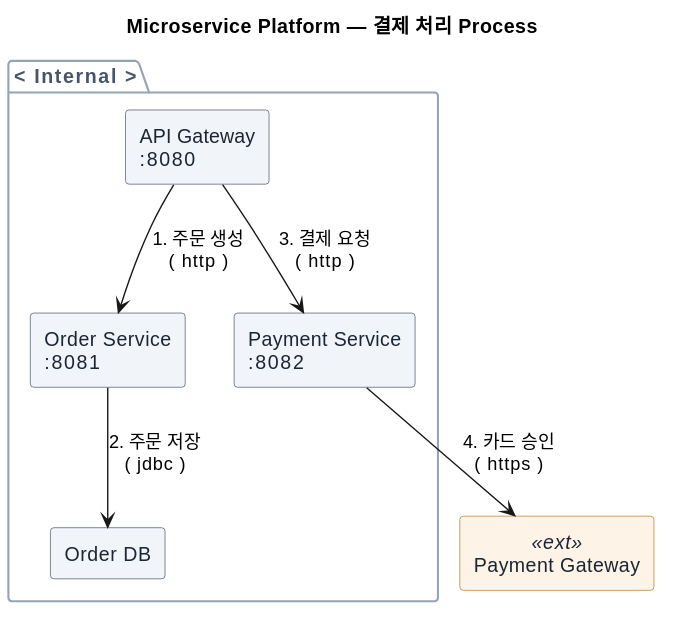
Earlier version of the PlantUML export docs/examples/puml/microservice-component.svg (SeokRae/flowcast). Its source is kept beside it as docs/examples/puml/microservice-component.puml. Source of this version:
```plantuml
@startuml
skinparam backgroundColor #FFFFFF
skinparam rectangle {
  BackgroundColor #F1F5F9
  BackgroundColor<<ext>> #FDF3E7
  BackgroundColor<<gear>> #F8FAFC
  BackgroundColor<<fw>> #F8FAFC
  BackgroundColor<<l4>> #F8FAFC
  BorderColor #475569
  BorderColor<<ext>> #B7791F
  BorderColor<<gear>> #94A3B8
  BorderColor<<fw>> #8A6210
  BorderColor<<l4>> #1F6FD0
  FontColor #1B2635
}
skinparam package {
  BorderColor #94A3B8
  BackgroundColor transparent
  FontColor #475569
}
title Microservice Platform — 결제 처리 Process
package "< Internal >" {
  rectangle "API Gateway\n:8080" as gw
  rectangle "Order Service\n:8081" as order
  rectangle "Payment Service\n:8082" as pay
  rectangle "Order DB" as db
}
rectangle "Payment Gateway" as psp <<ext>>

gw --> order : 1. 주문 생성\n( http )
order --> db : 2. 주문 저장\n( jdbc )
gw --> pay : 3. 결제 요청\n( http )
pay --> psp : 4. 카드 승인\n( https )
@enduml
```
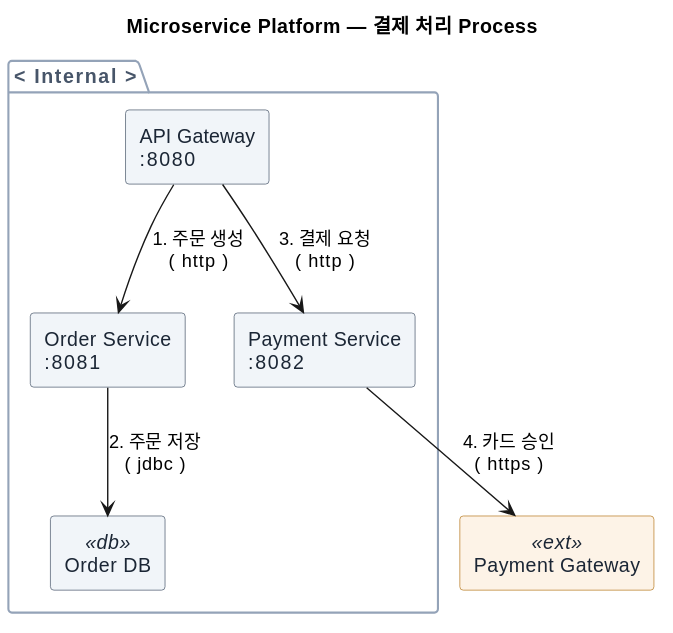
After the commit.

Diff of the diagram source:
```diff
@@ -23,7 +23,7 @@
   rectangle "API Gateway\n:8080" as gw
   rectangle "Order Service\n:8081" as order
   rectangle "Payment Service\n:8082" as pay
-  rectangle "Order DB" as db
+  rectangle "Order DB" as db <<db>>
 }
 rectangle "Payment Gateway" as psp <<ext>>
 
```
